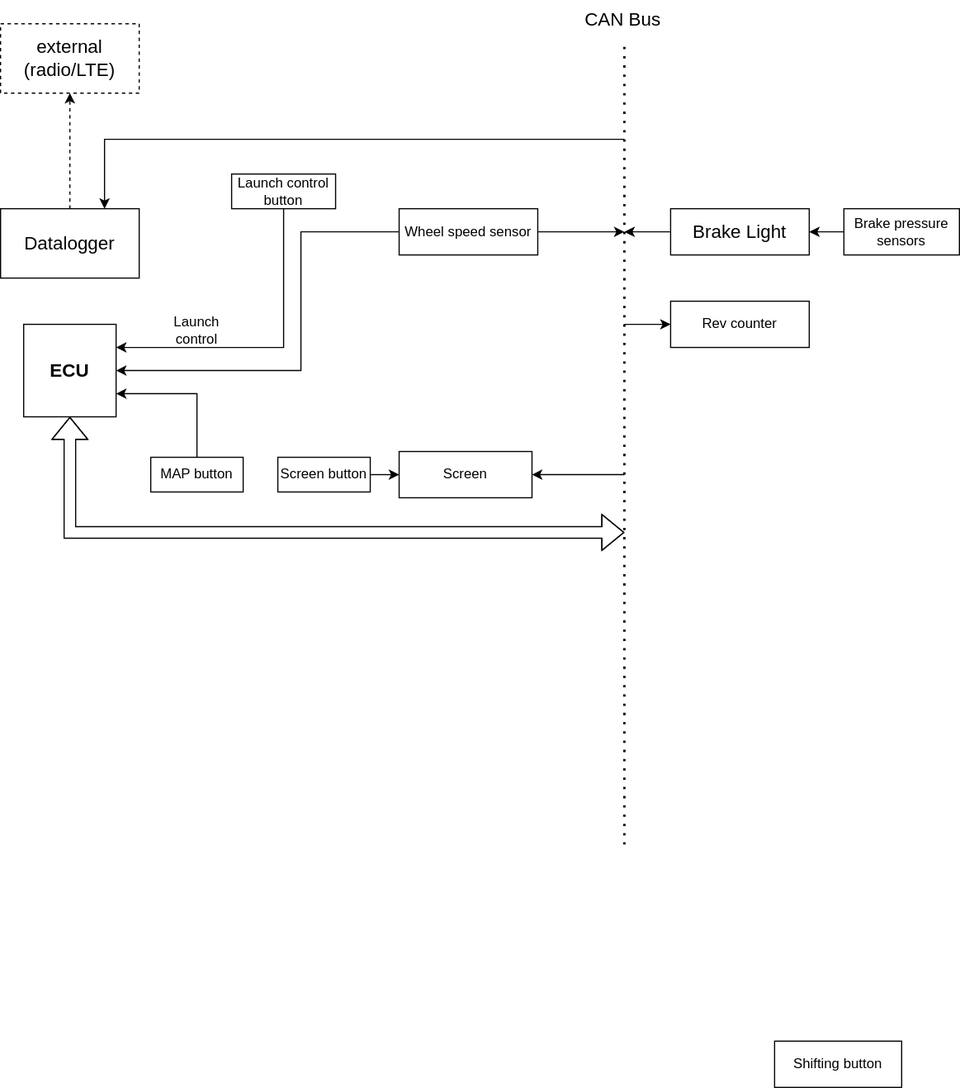
Earlier version of the draw.io export IC22 Electronics.drawio.svg (ugracing/documents). Source tidied: cells renumbered, new cells last; positions are measured from the earlier drawing's top-left corner, leaving out a move shared by most shapes. Source of this version:
```xml
<mxGraphModel>
  <root>
    <mxCell id="0" />
    <mxCell id="1" parent="0" />
    <mxCell id="2" value="ECU" style="whiteSpace=wrap;html=1;fontSize=16;fontStyle=1;" parent="1" vertex="1">
      <mxGeometry x="20" y="280" width="80" height="80" as="geometry" />
    </mxCell>
    <mxCell id="3" value="Datalogger" style="rounded=0;whiteSpace=wrap;html=1;fontSize=16;" parent="1" vertex="1">
      <mxGeometry y="180" width="120" height="60" as="geometry" />
    </mxCell>
    <mxCell id="4" style="endArrow=classic;html=1;rounded=0;fontSize=16;exitX=0.5;exitY=0;exitDx=0;exitDy=0;dashed=1;" parent="1" edge="1" source="3" target="5">
      <mxGeometry relative="1" as="geometry" />
    </mxCell>
    <mxCell id="5" value="external (radio/LTE)" style="rounded=0;whiteSpace=wrap;html=1;fontSize=16;dashed=1;" parent="1" vertex="1">
      <mxGeometry y="20" width="120" height="60" as="geometry" />
    </mxCell>
    <mxCell id="6" style="endArrow=none;dashed=1;html=1;dashPattern=1 3;strokeWidth=2;rounded=0;fontSize=16;" parent="1" edge="1">
      <mxGeometry relative="1" as="geometry">
        <mxPoint x="540" y="730" as="sourcePoint" />
        <mxPoint x="540" y="40" as="targetPoint" />
      </mxGeometry>
    </mxCell>
    <mxCell id="7" value="CAN Bus" style="text;strokeColor=none;fillColor=none;align=left;verticalAlign=middle;spacingLeft=4;spacingRight=4;overflow=hidden;dashed=1;fontSize=16;" parent="1" vertex="1">
      <mxGeometry x="500" width="80" height="30" as="geometry" />
    </mxCell>
    <mxCell id="8" value="Brake Light" style="rounded=0;whiteSpace=wrap;html=1;fontSize=16;" parent="1" vertex="1">
      <mxGeometry x="580" y="180" width="120" height="40" as="geometry" />
    </mxCell>
    <mxCell id="9" style="endArrow=classic;html=1;rounded=0;fontSize=16;exitX=0;exitY=0.5;exitDx=0;exitDy=0;" parent="1" edge="1" source="8">
      <mxGeometry relative="1" as="geometry">
        <mxPoint x="540" y="200" as="targetPoint" />
      </mxGeometry>
    </mxCell>
    <mxCell id="10" style="shape=flexArrow;endArrow=classic;startArrow=classic;html=1;rounded=0;fontSize=16;entryX=0.5;entryY=1;entryDx=0;entryDy=0;" parent="1" edge="1" target="2">
      <mxGeometry relative="1" as="geometry">
        <mxPoint x="540" y="460" as="sourcePoint" />
        <Array as="points">
          <mxPoint x="60" y="460" />
        </Array>
      </mxGeometry>
    </mxCell>
    <mxCell id="11" value="Brake pressure sensors" style="rounded=0;whiteSpace=wrap;html=1;fontSize=12;" parent="1" vertex="1">
      <mxGeometry x="730" y="180" width="100" height="40" as="geometry" />
    </mxCell>
    <mxCell id="12" style="endArrow=classic;html=1;rounded=0;fontSize=12;exitX=0;exitY=0.5;exitDx=0;exitDy=0;entryX=1;entryY=0.5;entryDx=0;entryDy=0;" parent="1" edge="1" source="11" target="8">
      <mxGeometry relative="1" as="geometry" />
    </mxCell>
    <mxCell id="13" value="Rev counter" style="rounded=0;whiteSpace=wrap;html=1;fontSize=12;" parent="1" vertex="1">
      <mxGeometry x="580" y="260" width="120" height="40" as="geometry" />
    </mxCell>
    <mxCell id="14" style="endArrow=classic;html=1;rounded=0;fontSize=12;entryX=0;entryY=0.5;entryDx=0;entryDy=0;" parent="1" edge="1" target="13">
      <mxGeometry relative="1" as="geometry">
        <mxPoint x="540" y="280" as="sourcePoint" />
      </mxGeometry>
    </mxCell>
    <mxCell id="15" value="Wheel speed sensor" style="rounded=0;whiteSpace=wrap;html=1;fontSize=12;" parent="1" vertex="1">
      <mxGeometry x="345" y="180" width="120" height="40" as="geometry" />
    </mxCell>
    <mxCell id="16" style="endArrow=classic;html=1;rounded=0;fontSize=12;exitX=0;exitY=0.5;exitDx=0;exitDy=0;entryX=1;entryY=0.5;entryDx=0;entryDy=0;" parent="1" edge="1" source="15" target="2">
      <mxGeometry relative="1" as="geometry">
        <Array as="points">
          <mxPoint x="260" y="200" />
          <mxPoint x="260" y="320" />
        </Array>
      </mxGeometry>
    </mxCell>
    <mxCell id="17" value="Launch control" style="text;html=1;strokeColor=none;fillColor=none;align=center;verticalAlign=middle;whiteSpace=wrap;rounded=0;fontSize=12;" parent="1" vertex="1">
      <mxGeometry x="140" y="270" width="60" height="30" as="geometry" />
    </mxCell>
    <mxCell id="18" style="endArrow=classic;html=1;rounded=0;fontSize=12;exitX=1;exitY=0.5;exitDx=0;exitDy=0;" parent="1" edge="1" source="15">
      <mxGeometry relative="1" as="geometry">
        <mxPoint x="540" y="200" as="targetPoint" />
      </mxGeometry>
    </mxCell>
    <mxCell id="19" value="Launch control button" style="rounded=0;whiteSpace=wrap;html=1;fontSize=12;" parent="1" vertex="1">
      <mxGeometry x="200" y="150" width="90" height="30" as="geometry" />
    </mxCell>
    <mxCell id="20" style="endArrow=classic;html=1;rounded=0;fontSize=12;entryX=1;entryY=0.25;entryDx=0;entryDy=0;" parent="1" edge="1" source="19" target="2">
      <mxGeometry relative="1" as="geometry">
        <Array as="points">
          <mxPoint x="245" y="300" />
        </Array>
      </mxGeometry>
    </mxCell>
    <mxCell id="21" value="Screen" style="rounded=0;whiteSpace=wrap;html=1;fontSize=12;" parent="1" vertex="1">
      <mxGeometry x="345" y="390" width="115" height="40" as="geometry" />
    </mxCell>
    <mxCell id="22" style="endArrow=classic;html=1;rounded=0;fontSize=12;entryX=1;entryY=0.5;entryDx=0;entryDy=0;" parent="1" edge="1" target="21">
      <mxGeometry relative="1" as="geometry">
        <mxPoint x="540" y="410" as="sourcePoint" />
      </mxGeometry>
    </mxCell>
    <mxCell id="23" value="Screen button" style="rounded=0;whiteSpace=wrap;html=1;fontSize=12;" parent="1" vertex="1">
      <mxGeometry x="240" y="395" width="80" height="30" as="geometry" />
    </mxCell>
    <mxCell id="24" style="endArrow=classic;html=1;rounded=0;fontSize=12;exitX=1;exitY=0.5;exitDx=0;exitDy=0;entryX=0;entryY=0.5;entryDx=0;entryDy=0;" parent="1" edge="1" source="23" target="21">
      <mxGeometry relative="1" as="geometry" />
    </mxCell>
    <mxCell id="25" value="MAP button" style="rounded=0;whiteSpace=wrap;html=1;fontSize=12;" parent="1" vertex="1">
      <mxGeometry x="130" y="395" width="80" height="30" as="geometry" />
    </mxCell>
    <mxCell id="26" style="endArrow=classic;html=1;rounded=0;fontSize=12;exitX=0.5;exitY=0;exitDx=0;exitDy=0;entryX=1;entryY=0.75;entryDx=0;entryDy=0;" parent="1" edge="1" source="25" target="2">
      <mxGeometry relative="1" as="geometry">
        <Array as="points">
          <mxPoint x="170" y="340" />
        </Array>
      </mxGeometry>
    </mxCell>
    <mxCell id="27" style="endArrow=classic;html=1;rounded=0;fontSize=12;entryX=0.75;entryY=0;entryDx=0;entryDy=0;" parent="1" edge="1" target="3">
      <mxGeometry relative="1" as="geometry">
        <mxPoint x="540" y="120" as="sourcePoint" />
        <Array as="points">
          <mxPoint x="90" y="120" />
        </Array>
      </mxGeometry>
    </mxCell>
    <mxCell id="28" value="Shifting button" style="rounded=0;whiteSpace=wrap;html=1;fontSize=12;" parent="1" vertex="1">
      <mxGeometry x="670" y="900" width="110" height="40" as="geometry" />
    </mxCell>
  </root>
</mxGraphModel>
```
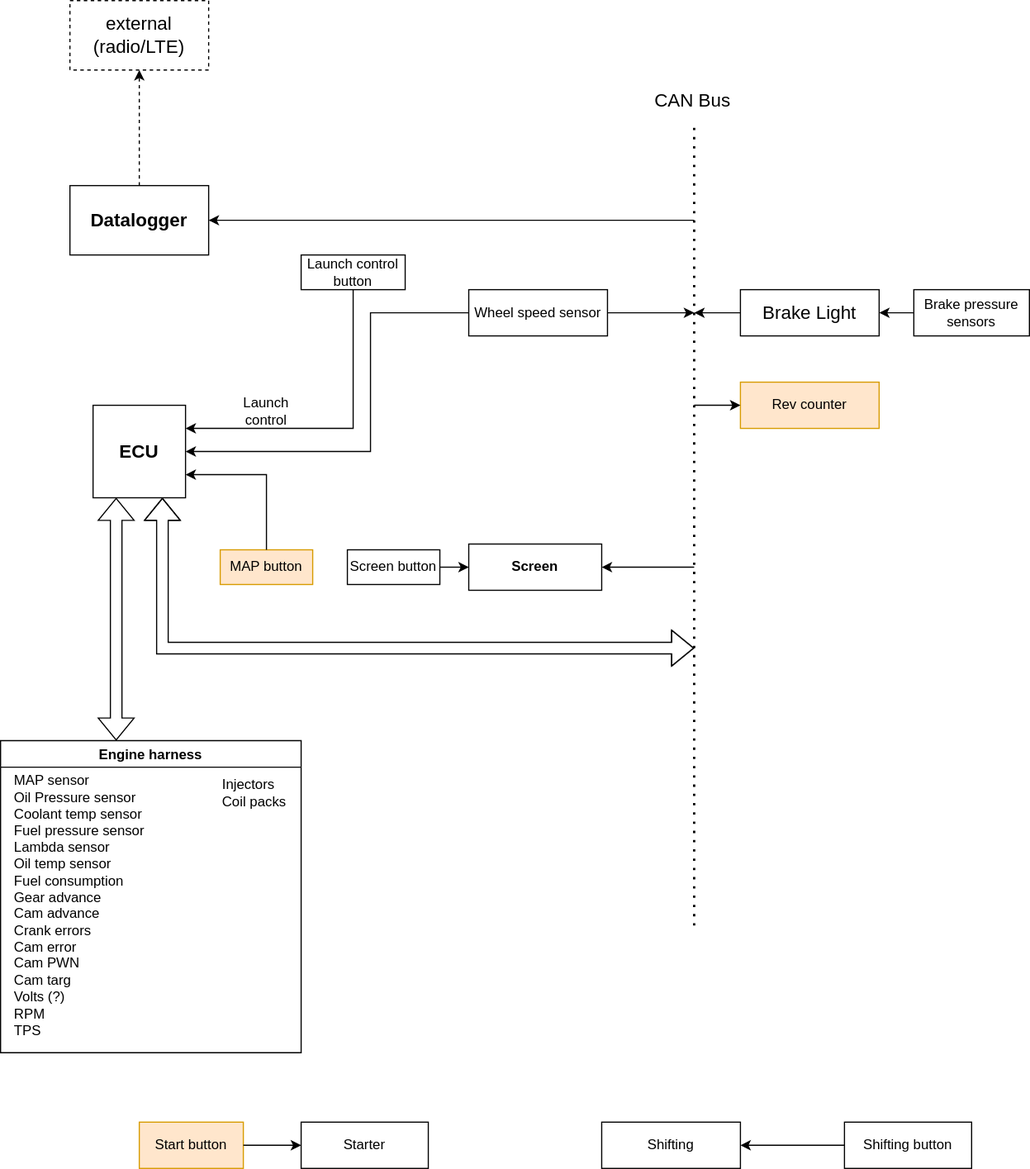
The same diagram one commit later.

What changed in the source:
```diff
@@ -5,14 +5,14 @@
     <mxCell id="2" value="ECU" style="whiteSpace=wrap;html=1;fontSize=16;fontStyle=1;" parent="1" vertex="1">
       <mxGeometry x="20" y="280" width="80" height="80" as="geometry" />
     </mxCell>
-    <mxCell id="3" value="Datalogger" style="rounded=0;whiteSpace=wrap;html=1;fontSize=16;" parent="1" vertex="1">
-      <mxGeometry y="180" width="120" height="60" as="geometry" />
+    <mxCell id="3" value="&lt;b&gt;Datalogger&lt;/b&gt;" style="rounded=0;whiteSpace=wrap;html=1;fontSize=16;" parent="1" vertex="1">
+      <mxGeometry y="90" width="120" height="60" as="geometry" />
     </mxCell>
     <mxCell id="4" style="endArrow=classic;html=1;rounded=0;fontSize=16;exitX=0.5;exitY=0;exitDx=0;exitDy=0;dashed=1;" parent="1" edge="1" source="3" target="5">
       <mxGeometry relative="1" as="geometry" />
     </mxCell>
     <mxCell id="5" value="external (radio/LTE)" style="rounded=0;whiteSpace=wrap;html=1;fontSize=16;dashed=1;" parent="1" vertex="1">
-      <mxGeometry y="20" width="120" height="60" as="geometry" />
+      <mxGeometry y="-70" width="120" height="60" as="geometry" />
     </mxCell>
     <mxCell id="6" style="endArrow=none;dashed=1;html=1;dashPattern=1 3;strokeWidth=2;rounded=0;fontSize=16;" parent="1" edge="1">
       <mxGeometry relative="1" as="geometry">
@@ -31,11 +31,11 @@
         <mxPoint x="540" y="200" as="targetPoint" />
       </mxGeometry>
     </mxCell>
-    <mxCell id="10" style="shape=flexArrow;endArrow=classic;startArrow=classic;html=1;rounded=0;fontSize=16;entryX=0.5;entryY=1;entryDx=0;entryDy=0;" parent="1" edge="1" target="2">
+    <mxCell id="10" style="shape=flexArrow;endArrow=classic;startArrow=classic;html=1;rounded=0;fontSize=16;entryX=0.75;entryY=1;entryDx=0;entryDy=0;" parent="1" edge="1" target="2">
       <mxGeometry relative="1" as="geometry">
-        <mxPoint x="540" y="460" as="sourcePoint" />
+        <mxPoint x="540" y="490" as="sourcePoint" />
         <Array as="points">
-          <mxPoint x="60" y="460" />
+          <mxPoint x="80" y="490" />
         </Array>
       </mxGeometry>
     </mxCell>
@@ -45,7 +45,7 @@
     <mxCell id="12" style="endArrow=classic;html=1;rounded=0;fontSize=12;exitX=0;exitY=0.5;exitDx=0;exitDy=0;entryX=1;entryY=0.5;entryDx=0;entryDy=0;" parent="1" edge="1" source="11" target="8">
       <mxGeometry relative="1" as="geometry" />
     </mxCell>
-    <mxCell id="13" value="Rev counter" style="rounded=0;whiteSpace=wrap;html=1;fontSize=12;" parent="1" vertex="1">
+    <mxCell id="13" value="Rev counter" style="rounded=0;whiteSpace=wrap;html=1;fontSize=12;fillColor=#ffe6cc;strokeColor=#d79b00;" parent="1" vertex="1">
       <mxGeometry x="580" y="260" width="120" height="40" as="geometry" />
     </mxCell>
     <mxCell id="14" style="endArrow=classic;html=1;rounded=0;fontSize=12;entryX=0;entryY=0.5;entryDx=0;entryDy=0;" parent="1" edge="1" target="13">
@@ -82,22 +82,22 @@
         </Array>
       </mxGeometry>
     </mxCell>
-    <mxCell id="21" value="Screen" style="rounded=0;whiteSpace=wrap;html=1;fontSize=12;" parent="1" vertex="1">
-      <mxGeometry x="345" y="390" width="115" height="40" as="geometry" />
+    <mxCell id="21" value="&lt;b&gt;Screen&lt;/b&gt;" style="rounded=0;whiteSpace=wrap;html=1;fontSize=12;" parent="1" vertex="1">
+      <mxGeometry x="345" y="400" width="115" height="40" as="geometry" />
     </mxCell>
     <mxCell id="22" style="endArrow=classic;html=1;rounded=0;fontSize=12;entryX=1;entryY=0.5;entryDx=0;entryDy=0;" parent="1" edge="1" target="21">
       <mxGeometry relative="1" as="geometry">
-        <mxPoint x="540" y="410" as="sourcePoint" />
+        <mxPoint x="540" y="420" as="sourcePoint" />
       </mxGeometry>
     </mxCell>
     <mxCell id="23" value="Screen button" style="rounded=0;whiteSpace=wrap;html=1;fontSize=12;" parent="1" vertex="1">
-      <mxGeometry x="240" y="395" width="80" height="30" as="geometry" />
+      <mxGeometry x="240" y="405" width="80" height="30" as="geometry" />
     </mxCell>
     <mxCell id="24" style="endArrow=classic;html=1;rounded=0;fontSize=12;exitX=1;exitY=0.5;exitDx=0;exitDy=0;entryX=0;entryY=0.5;entryDx=0;entryDy=0;" parent="1" edge="1" source="23" target="21">
       <mxGeometry relative="1" as="geometry" />
     </mxCell>
-    <mxCell id="25" value="MAP button" style="rounded=0;whiteSpace=wrap;html=1;fontSize=12;" parent="1" vertex="1">
-      <mxGeometry x="130" y="395" width="80" height="30" as="geometry" />
+    <mxCell id="25" value="MAP button" style="rounded=0;whiteSpace=wrap;html=1;fontSize=12;fillColor=#ffe6cc;strokeColor=#d79b00;" parent="1" vertex="1">
+      <mxGeometry x="130" y="405" width="80" height="30" as="geometry" />
     </mxCell>
     <mxCell id="26" style="endArrow=classic;html=1;rounded=0;fontSize=12;exitX=0.5;exitY=0;exitDx=0;exitDy=0;entryX=1;entryY=0.75;entryDx=0;entryDy=0;" parent="1" edge="1" source="25" target="2">
       <mxGeometry relative="1" as="geometry">
@@ -106,16 +106,42 @@
         </Array>
       </mxGeometry>
     </mxCell>
-    <mxCell id="27" style="endArrow=classic;html=1;rounded=0;fontSize=12;entryX=0.75;entryY=0;entryDx=0;entryDy=0;" parent="1" edge="1" target="3">
+    <mxCell id="27" style="endArrow=classic;html=1;rounded=0;fontSize=12;entryX=1;entryY=0.5;entryDx=0;entryDy=0;" parent="1" edge="1" target="3">
       <mxGeometry relative="1" as="geometry">
         <mxPoint x="540" y="120" as="sourcePoint" />
-        <Array as="points">
-          <mxPoint x="90" y="120" />
-        </Array>
       </mxGeometry>
     </mxCell>
     <mxCell id="28" value="Shifting button" style="rounded=0;whiteSpace=wrap;html=1;fontSize=12;" parent="1" vertex="1">
       <mxGeometry x="670" y="900" width="110" height="40" as="geometry" />
     </mxCell>
+    <mxCell id="29" value="Shifting" style="rounded=0;whiteSpace=wrap;html=1;fontSize=12;" parent="1" vertex="1">
+      <mxGeometry x="460" y="900" width="120" height="40" as="geometry" />
+    </mxCell>
+    <mxCell id="30" style="endArrow=classic;html=1;rounded=0;fontSize=12;exitX=0;exitY=0.5;exitDx=0;exitDy=0;entryX=1;entryY=0.5;entryDx=0;entryDy=0;" parent="1" edge="1" source="28" target="29">
+      <mxGeometry relative="1" as="geometry" />
+    </mxCell>
+    <mxCell id="31" value="Start button" style="rounded=0;whiteSpace=wrap;html=1;fontSize=12;fillColor=#ffe6cc;strokeColor=#d79b00;" parent="1" vertex="1">
+      <mxGeometry x="60" y="900" width="90" height="40" as="geometry" />
+    </mxCell>
+    <mxCell id="32" value="Starter" style="rounded=0;whiteSpace=wrap;html=1;fontSize=12;" parent="1" vertex="1">
+      <mxGeometry x="200" y="900" width="110" height="40" as="geometry" />
+    </mxCell>
+    <mxCell id="33" style="endArrow=classic;html=1;rounded=0;fontSize=12;exitX=1;exitY=0.5;exitDx=0;exitDy=0;entryX=0;entryY=0.5;entryDx=0;entryDy=0;" parent="1" edge="1" source="31" target="32">
+      <mxGeometry relative="1" as="geometry" />
+    </mxCell>
+    <mxCell id="34" style="shape=flexArrow;endArrow=classic;startArrow=classic;html=1;rounded=0;fontSize=12;entryX=0.25;entryY=1;entryDx=0;entryDy=0;" parent="1" edge="1" target="2">
+      <mxGeometry relative="1" as="geometry">
+        <mxPoint x="40" y="570" as="sourcePoint" />
+      </mxGeometry>
+    </mxCell>
+    <mxCell id="35" value="Engine harness" style="swimlane;fontSize=12;" parent="1" vertex="1">
+      <mxGeometry x="-60" y="570" width="260" height="270" as="geometry" />
+    </mxCell>
+    <mxCell id="36" value="&lt;div align=&quot;left&quot;&gt;MAP sensor&lt;/div&gt;&lt;div align=&quot;left&quot;&gt;Oil Pressure sensor&lt;/div&gt;&lt;div align=&quot;left&quot;&gt;Coolant temp sensor&lt;/div&gt;&lt;div align=&quot;left&quot;&gt;Fuel pressure sensor&lt;/div&gt;&lt;div align=&quot;left&quot;&gt;Lambda sensor&lt;/div&gt;&lt;div align=&quot;left&quot;&gt;Oil temp sensor&lt;/div&gt;&lt;div align=&quot;left&quot;&gt;Fuel consumption&lt;/div&gt;&lt;div align=&quot;left&quot;&gt;Gear advance&lt;/div&gt;&lt;div align=&quot;left&quot;&gt;Cam advance&lt;/div&gt;&lt;div align=&quot;left&quot;&gt;Crank errors&lt;/div&gt;&lt;div align=&quot;left&quot;&gt;Cam error&lt;/div&gt;&lt;div align=&quot;left&quot;&gt;Cam PWN&lt;/div&gt;&lt;div align=&quot;left&quot;&gt;Cam targ&lt;/div&gt;&lt;div align=&quot;left&quot;&gt;Volts (?)&lt;/div&gt;&lt;div align=&quot;left&quot;&gt;RPM&lt;/div&gt;&lt;div align=&quot;left&quot;&gt;TPS&lt;br&gt;&lt;/div&gt;&lt;div align=&quot;left&quot;&gt;&lt;br&gt;&lt;/div&gt;" style="text;html=1;align=left;verticalAlign=middle;strokeColor=none;fillColor=none;fontSize=12;" parent="35" vertex="1">
+      <mxGeometry x="10" y="30" width="130" height="240" as="geometry" />
+    </mxCell>
+    <mxCell id="37" value="&lt;div&gt;Injectors&lt;/div&gt;&lt;div&gt;Coil packs&lt;br&gt;&lt;/div&gt;" style="text;html=1;strokeColor=none;fillColor=none;align=left;verticalAlign=middle;whiteSpace=wrap;rounded=0;fontSize=12;" parent="35" vertex="1">
+      <mxGeometry x="190" y="30" width="60" height="30" as="geometry" />
+    </mxCell>
   </root>
 </mxGraphModel>
```
